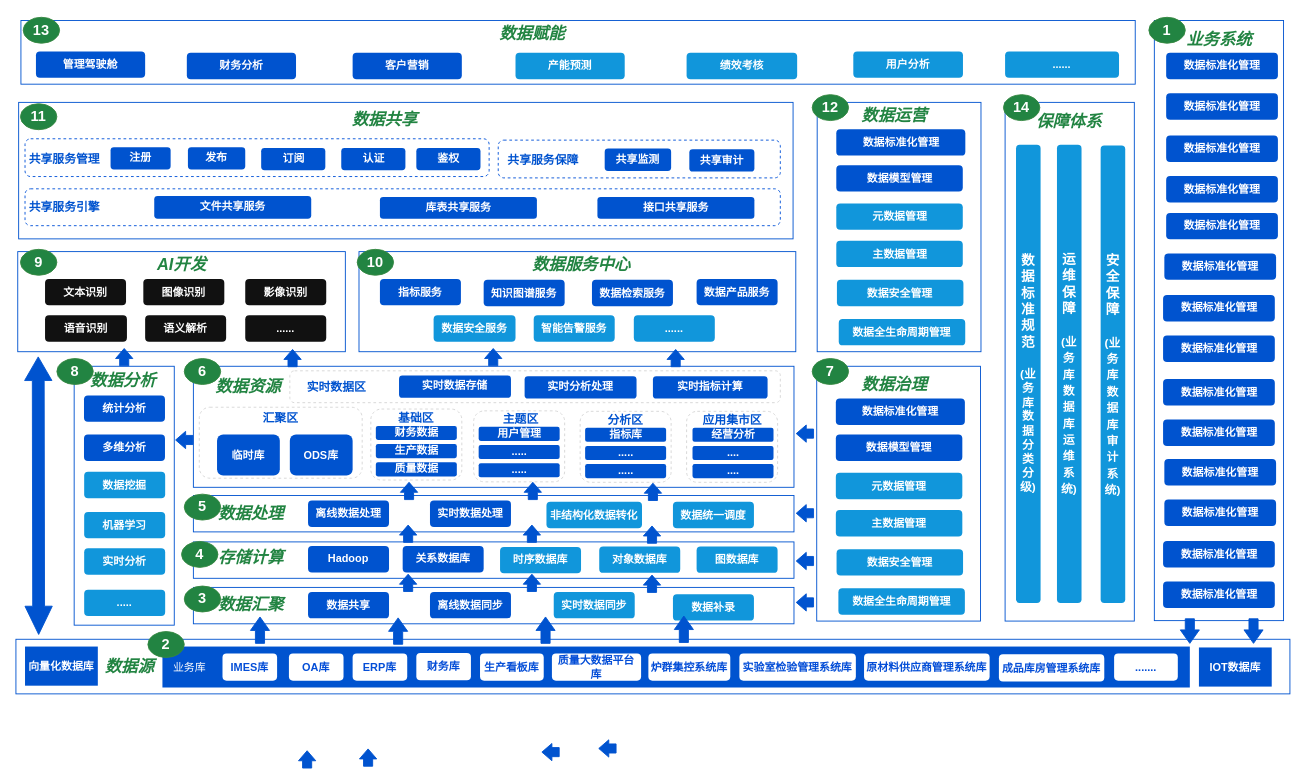
Above: 数据.drawio in Niujieheng/GitHub_june (draw.io), before the change. Source tidied: cells renumbered, new cells numbered last; positions are measured from the earlier drawing's top-left corner, leaving out a move shared by most shapes. Both pictures are drawn from the tidied source at 91%, with x=0, y=0 at pixel (15, 15).
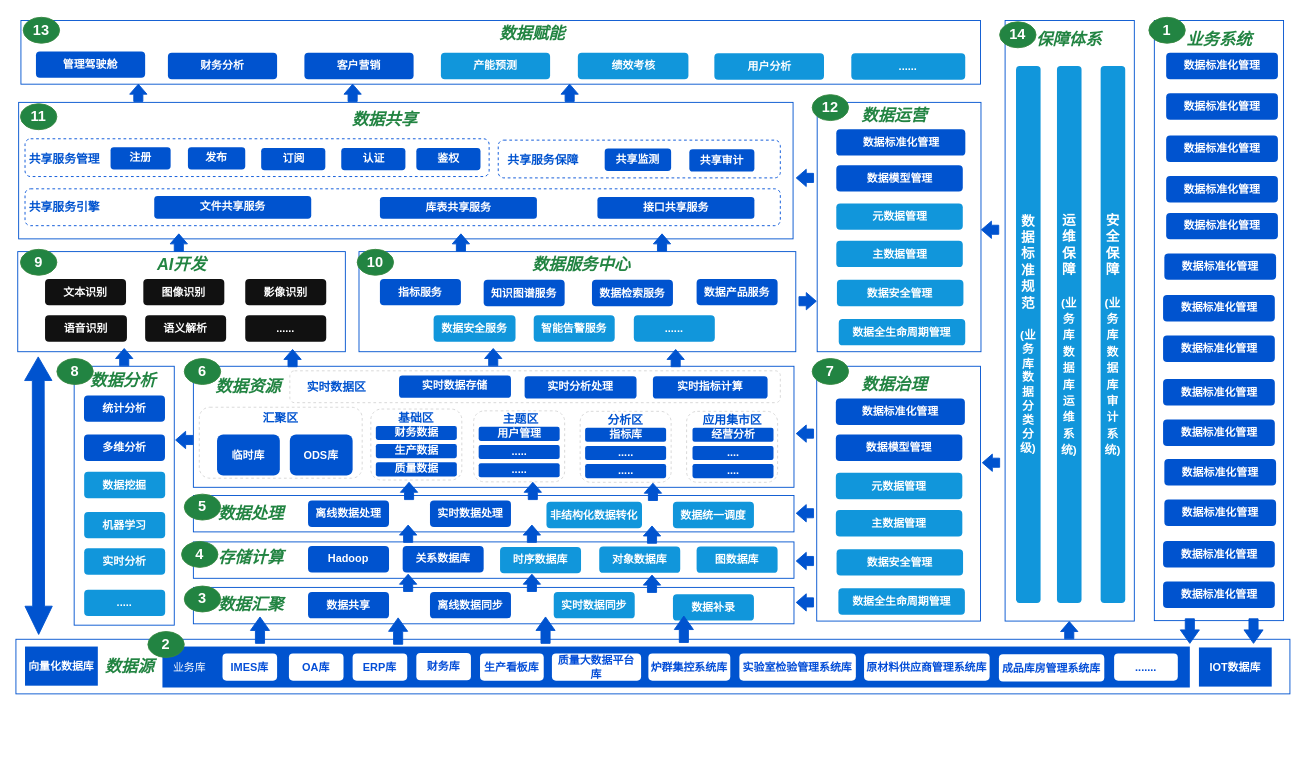
The same diagram, later.

The edit, as a diff of the source:
```diff
@@
     <mxCell id="55" style="rounded=0;whiteSpace=wrap;html=1;strokeColor=light-dark(#0053cf, #ededed);" parent="1" vertex="1">
-      <mxGeometry x="1087" y="95" width="142" height="570" as="geometry" />
+      <mxGeometry x="1087" y="5" width="142" height="660" as="geometry" />
     </mxCell>
     <mxCell id="56" value="&lt;font color=&quot;#228442&quot;&gt;&lt;span style=&quot;font-size: 18px;&quot;&gt;&lt;b&gt;&lt;i&gt;保障体系&lt;/i&gt;&lt;/b&gt;&lt;/span&gt;&lt;/font&gt;" style="text;html=1;whiteSpace=wrap;strokeColor=none;fillColor=none;align=center;verticalAlign=middle;rounded=0;" parent="1" vertex="1">
-      <mxGeometry x="1110.2" y="101.5" width="94.5" height="30" as="geometry" />
+      <mxGeometry x="1110.2" y="11" width="94.5" height="30" as="geometry" />
     </mxCell>
     <mxCell id="57" value="&lt;font color=&quot;#ffffff&quot;&gt;&lt;b style=&quot;&quot;&gt;&lt;span style=&quot;font-size: 15px;&quot;&gt;数据标准规范&lt;/span&gt;&lt;/b&gt;&lt;/font&gt;&lt;div&gt;&lt;font color=&quot;#ffffff&quot;&gt;&lt;b style=&quot;&quot;&gt;&lt;span style=&quot;font-size: 15px;&quot;&gt;&lt;br&gt;&lt;/span&gt;&lt;font style=&quot;font-size: 13px;&quot;&gt;(业务库&lt;/font&gt;&lt;/b&gt;&lt;/font&gt;&lt;b style=&quot;color: light-dark(rgb(255, 255, 255), rgb(18, 18, 18)); background-color: transparent;&quot;&gt;&lt;font style=&quot;font-size: 13px;&quot;&gt;数据分类分级)&lt;/font&gt;&lt;/b&gt;&lt;/div&gt;" style="text;html=1;whiteSpace=wrap;strokeColor=none;fillColor=light-dark(#1196db, #ededed);align=center;verticalAlign=middle;rounded=1;" parent="1" vertex="1">
-      <mxGeometry x="1099" y="141.5" width="27" height="503.5" as="geometry" />
+      <mxGeometry x="1099" y="55" width="27" height="590" as="geometry" />
     </mxCell>
@@
     <mxCell id="66" value="&lt;font color=&quot;#ffffff&quot; style=&quot;font-size: 15px;&quot;&gt;&lt;b style=&quot;&quot;&gt;运维保障&lt;/b&gt;&lt;/font&gt;&lt;div&gt;&lt;font color=&quot;#ffffff&quot; style=&quot;font-size: 15px;&quot;&gt;&lt;b style=&quot;&quot;&gt;&lt;br&gt;&lt;/b&gt;&lt;/font&gt;&lt;/div&gt;&lt;div&gt;&lt;font color=&quot;#ffffff&quot; style=&quot;font-size: 15px;&quot;&gt;&lt;font style=&quot;font-size: 12px;&quot;&gt;&lt;b&gt;&lt;font style=&quot;font-size: 13px;&quot;&gt;(业务库&lt;/font&gt;&lt;/b&gt;&lt;/font&gt;&lt;b style=&quot;font-size: 12px; background-color: transparent; color: light-dark(rgb(255, 255, 255), rgb(18, 18, 18));&quot;&gt;&lt;font style=&quot;font-size: 13px;&quot;&gt;数据库运维系统)&lt;/font&gt;&lt;/b&gt;&lt;b style=&quot;&quot;&gt;&lt;/b&gt;&lt;/font&gt;&lt;/div&gt;" style="text;html=1;whiteSpace=wrap;strokeColor=none;fillColor=light-dark(#1196db, #ededed);align=center;verticalAlign=middle;rounded=1;" parent="1" vertex="1">
-      <mxGeometry x="1144" y="141.5" width="27" height="503.5" as="geometry" />
+      <mxGeometry x="1144" y="55" width="27" height="590" as="geometry" />
     </mxCell>
     <mxCell id="67" value="&lt;font color=&quot;#ffffff&quot; style=&quot;font-size: 15px;&quot;&gt;&lt;b style=&quot;&quot;&gt;安全保障&lt;/b&gt;&lt;/font&gt;&lt;div&gt;&lt;font color=&quot;#ffffff&quot; style=&quot;font-size: 15px;&quot;&gt;&lt;b style=&quot;&quot;&gt;&lt;br&gt;&lt;/b&gt;&lt;/font&gt;&lt;/div&gt;&lt;div&gt;&lt;font color=&quot;#ffffff&quot; style=&quot;font-size: 15px;&quot;&gt;&lt;font style=&quot;font-size: 12px;&quot;&gt;&lt;b&gt;&lt;font style=&quot;font-size: 13px;&quot;&gt;(业务库&lt;/font&gt;&lt;/b&gt;&lt;/font&gt;&lt;b style=&quot;color: light-dark(rgb(255, 255, 255), rgb(18, 18, 18)); background-color: transparent; font-size: 12px;&quot;&gt;&lt;font style=&quot;font-size: 13px;&quot;&gt;数据库审计系统)&lt;/font&gt;&lt;/b&gt;&lt;b style=&quot;&quot;&gt;&lt;/b&gt;&lt;/font&gt;&lt;/div&gt;" style="text;html=1;whiteSpace=wrap;strokeColor=none;fillColor=light-dark(#1196db, #ededed);align=center;verticalAlign=middle;rounded=1;" parent="1" vertex="1">
-      <mxGeometry x="1192" y="142.5" width="27" height="502.5" as="geometry" />
+      <mxGeometry x="1192" y="55" width="27" height="590" as="geometry" />
     </mxCell>
@@
     <mxCell id="132" style="rounded=0;whiteSpace=wrap;html=1;strokeColor=light-dark(#0053cf, #ededed);" parent="1" vertex="1">
-      <mxGeometry x="5.5" y="5" width="1224.5" height="70" as="geometry" />
+      <mxGeometry x="5.5" y="5" width="1054.5" height="70" as="geometry" />
     </mxCell>
@@
     <mxCell id="135" value="&lt;b style=&quot;color: rgb(255, 255, 255);&quot;&gt;财务分析&lt;/b&gt;" style="text;html=1;whiteSpace=wrap;strokeColor=none;fillColor=light-dark(#0053cf, #ededed);align=center;verticalAlign=middle;rounded=1;" parent="1" vertex="1">
-      <mxGeometry x="187.8" y="40.5" width="120" height="29" as="geometry" />
+      <mxGeometry x="167" y="40.5" width="120" height="29" as="geometry" />
     </mxCell>
     <mxCell id="136" value="&lt;font color=&quot;#ffffff&quot;&gt;&lt;b&gt;产能预测&lt;/b&gt;&lt;/font&gt;" style="text;html=1;whiteSpace=wrap;strokeColor=none;fillColor=light-dark(#1196db, #ededed);align=center;verticalAlign=middle;rounded=1;" parent="1" vertex="1">
-      <mxGeometry x="549" y="40.5" width="120" height="29" as="geometry" />
+      <mxGeometry x="467" y="40.5" width="120" height="29" as="geometry" />
     </mxCell>
     <mxCell id="137" value="&lt;font color=&quot;#ffffff&quot;&gt;&lt;b&gt;绩效考核&lt;/b&gt;&lt;/font&gt;" style="text;html=1;whiteSpace=wrap;strokeColor=none;fillColor=light-dark(#1196db, #ededed);align=center;verticalAlign=middle;rounded=1;" parent="1" vertex="1">
-      <mxGeometry x="737" y="40.5" width="121.5" height="29" as="geometry" />
+      <mxGeometry x="617.5" y="40.5" width="121.5" height="29" as="geometry" />
     </mxCell>
     <mxCell id="138" value="&lt;b style=&quot;color: rgb(255, 255, 255);&quot;&gt;客户营销&lt;/b&gt;" style="text;html=1;whiteSpace=wrap;strokeColor=none;fillColor=light-dark(#0053cf, #ededed);align=center;verticalAlign=middle;rounded=1;" parent="1" vertex="1">
-      <mxGeometry x="370" y="40.5" width="120" height="29" as="geometry" />
+      <mxGeometry x="317" y="40.5" width="120" height="29" as="geometry" />
     </mxCell>
     <mxCell id="139" value="&lt;font color=&quot;#ffffff&quot;&gt;&lt;b&gt;用户分析&lt;/b&gt;&lt;/font&gt;" style="text;html=1;whiteSpace=wrap;strokeColor=none;fillColor=light-dark(#1196db, #ededed);align=center;verticalAlign=middle;rounded=1;" parent="1" vertex="1">
-      <mxGeometry x="920.2" y="39" width="120.5" height="29" as="geometry" />
+      <mxGeometry x="767.5" y="41" width="120.5" height="29" as="geometry" />
     </mxCell>
     <mxCell id="140" value="&lt;font color=&quot;#ffffff&quot;&gt;&lt;b&gt;......&lt;/b&gt;&lt;/font&gt;" style="text;html=1;whiteSpace=wrap;strokeColor=none;fillColor=light-dark(#1196db, #ededed);align=center;verticalAlign=middle;rounded=1;" parent="1" vertex="1">
-      <mxGeometry x="1087" y="39" width="125.2" height="29" as="geometry" />
+      <mxGeometry x="918" y="41" width="125.2" height="29" as="geometry" />
     </mxCell>
@@
     <mxCell id="176" style="group;" parent="1" vertex="1">
-      <mxGeometry x="1080.2" y="85" width="50" height="30" as="geometry" />
+      <mxGeometry x="1076" y="5" width="50" height="30" as="geometry" />
     </mxCell>
@@
     <mxCell id="208" style="shape=flexArrow;endArrow=classic;html=1;rounded=0;endWidth=8;endSize=3.33;strokeColor=light-dark(#0053cf, #ededed);fillColor=light-dark(#0053cf, #ededed);" parent="1" edge="1">
       <mxGeometry relative="1" as="geometry">
-        <mxPoint x="597.5" y="809" as="sourcePoint" />
-        <mxPoint x="577.5" y="809" as="targetPoint" />
+        <mxPoint x="877" y="178" as="sourcePoint" />
+        <mxPoint x="857" y="178" as="targetPoint" />
       </mxGeometry>
     </mxCell>
@@
     <mxCell id="226" style="shape=flexArrow;endArrow=classic;html=1;rounded=0;endWidth=8;endSize=3.33;strokeColor=light-dark(#0053cf, #ededed);fillColor=light-dark(#0053cf, #ededed);" parent="1" edge="1">
       <mxGeometry relative="1" as="geometry">
-        <mxPoint x="387" y="825" as="sourcePoint" />
-        <mxPoint x="387" y="805" as="targetPoint" />
+        <mxPoint x="489" y="259" as="sourcePoint" />
+        <mxPoint x="489" y="239" as="targetPoint" />
       </mxGeometry>
     </mxCell>
@@
     <mxCell id="228" style="shape=flexArrow;endArrow=classic;html=1;rounded=0;endWidth=8;endSize=3.33;strokeColor=light-dark(#0053cf, #ededed);fillColor=light-dark(#0053cf, #ededed);" parent="1" edge="1">
       <mxGeometry relative="1" as="geometry">
-        <mxPoint x="320" y="827" as="sourcePoint" />
-        <mxPoint x="320" y="807" as="targetPoint" />
+        <mxPoint x="710" y="259" as="sourcePoint" />
+        <mxPoint x="710" y="239" as="targetPoint" />
       </mxGeometry>
     </mxCell>
@@
     <mxCell id="230" style="shape=flexArrow;endArrow=classic;html=1;rounded=0;endWidth=8;endSize=3.33;strokeColor=light-dark(#0053cf, #ededed);fillColor=light-dark(#0053cf, #ededed);" parent="1" edge="1">
       <mxGeometry relative="1" as="geometry">
-        <mxPoint x="660" y="805" as="sourcePoint" />
-        <mxPoint x="640" y="805" as="targetPoint" />
+        <mxPoint x="860" y="313.5" as="sourcePoint" />
+        <mxPoint x="880" y="313.5" as="targetPoint" />
       </mxGeometry>
     </mxCell>
+    <mxCell id="231" style="shape=flexArrow;endArrow=classic;html=1;rounded=0;endWidth=8;endSize=3.33;strokeColor=light-dark(#0053cf, #ededed);fillColor=light-dark(#0053cf, #ededed);" parent="1" edge="1">
+      <mxGeometry relative="1" as="geometry">
+        <mxPoint x="179" y="259" as="sourcePoint" />
+        <mxPoint x="179" y="239" as="targetPoint" />
+      </mxGeometry>
+    </mxCell>
+    <mxCell id="232" style="shape=flexArrow;endArrow=classic;html=1;rounded=0;endWidth=8;endSize=3.33;strokeColor=light-dark(#0053cf, #ededed);fillColor=light-dark(#0053cf, #ededed);" parent="1" edge="1">
+      <mxGeometry relative="1" as="geometry">
+        <mxPoint x="370" y="94.5" as="sourcePoint" />
+        <mxPoint x="370" y="74.5" as="targetPoint" />
+      </mxGeometry>
+    </mxCell>
+    <mxCell id="233" style="shape=flexArrow;endArrow=classic;html=1;rounded=0;endWidth=8;endSize=3.33;strokeColor=light-dark(#0053cf, #ededed);fillColor=light-dark(#0053cf, #ededed);" parent="1" edge="1">
+      <mxGeometry relative="1" as="geometry">
+        <mxPoint x="134.5" y="94.5" as="sourcePoint" />
+        <mxPoint x="134.5" y="74.5" as="targetPoint" />
+      </mxGeometry>
+    </mxCell>
+    <mxCell id="234" style="shape=flexArrow;endArrow=classic;html=1;rounded=0;endWidth=8;endSize=3.33;strokeColor=light-dark(#0053cf, #ededed);fillColor=light-dark(#0053cf, #ededed);" parent="1" edge="1">
+      <mxGeometry relative="1" as="geometry">
+        <mxPoint x="608.5" y="94.5" as="sourcePoint" />
+        <mxPoint x="608.5" y="74.5" as="targetPoint" />
+      </mxGeometry>
+    </mxCell>
+    <mxCell id="235" style="shape=flexArrow;endArrow=classic;html=1;rounded=0;endWidth=8;endSize=3.33;strokeColor=light-dark(#0053cf, #ededed);fillColor=light-dark(#0053cf, #ededed);" parent="1" edge="1">
+      <mxGeometry relative="1" as="geometry">
+        <mxPoint x="1157.5" y="685" as="sourcePoint" />
+        <mxPoint x="1157.5" y="665" as="targetPoint" />
+      </mxGeometry>
+    </mxCell>
+    <mxCell id="236" style="shape=flexArrow;endArrow=classic;html=1;rounded=0;endWidth=8;endSize=3.33;strokeColor=light-dark(#0053cf, #ededed);fillColor=light-dark(#0053cf, #ededed);" parent="1" edge="1">
+      <mxGeometry relative="1" as="geometry">
+        <mxPoint x="1081.5" y="491" as="sourcePoint" />
+        <mxPoint x="1061.5" y="491" as="targetPoint" />
+      </mxGeometry>
+    </mxCell>
+    <mxCell id="237" style="shape=flexArrow;endArrow=classic;html=1;rounded=0;endWidth=8;endSize=3.33;strokeColor=light-dark(#0053cf, #ededed);fillColor=light-dark(#0053cf, #ededed);" parent="1" edge="1">
+      <mxGeometry relative="1" as="geometry">
+        <mxPoint x="1080.5" y="235" as="sourcePoint" />
+        <mxPoint x="1060.5" y="235" as="targetPoint" />
+      </mxGeometry>
+    </mxCell>
```
